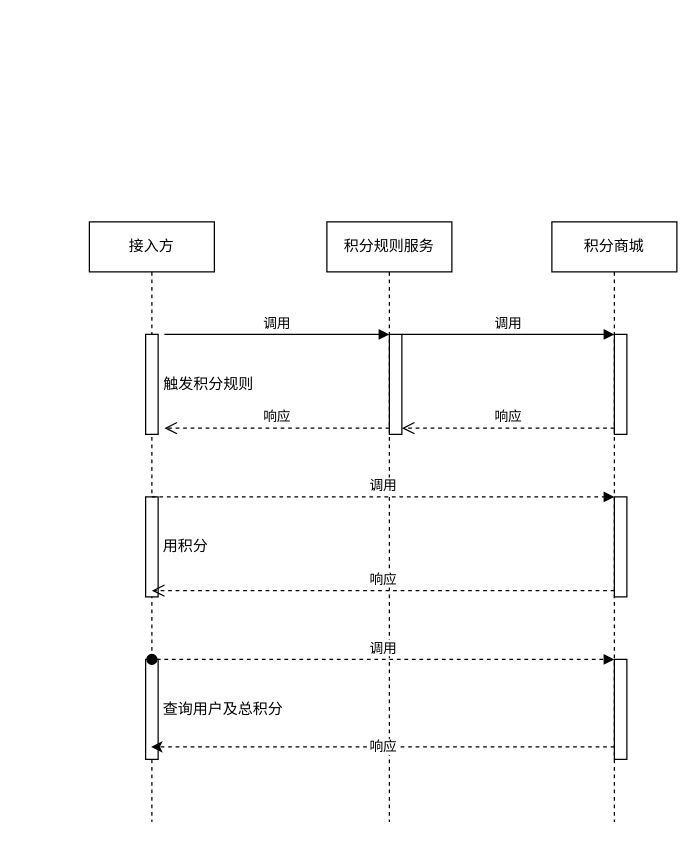
Above: 积分商城架构图.drawio in ammengke/my-drawio (draw.io), before the change. Source tidied: cells renumbered, new cells numbered last; positions are measured from the earlier drawing's top-left corner, leaving out a move shared by most shapes. Both pictures are drawn from the tidied source at 125%, with x=0, y=0 at pixel (89, 221).
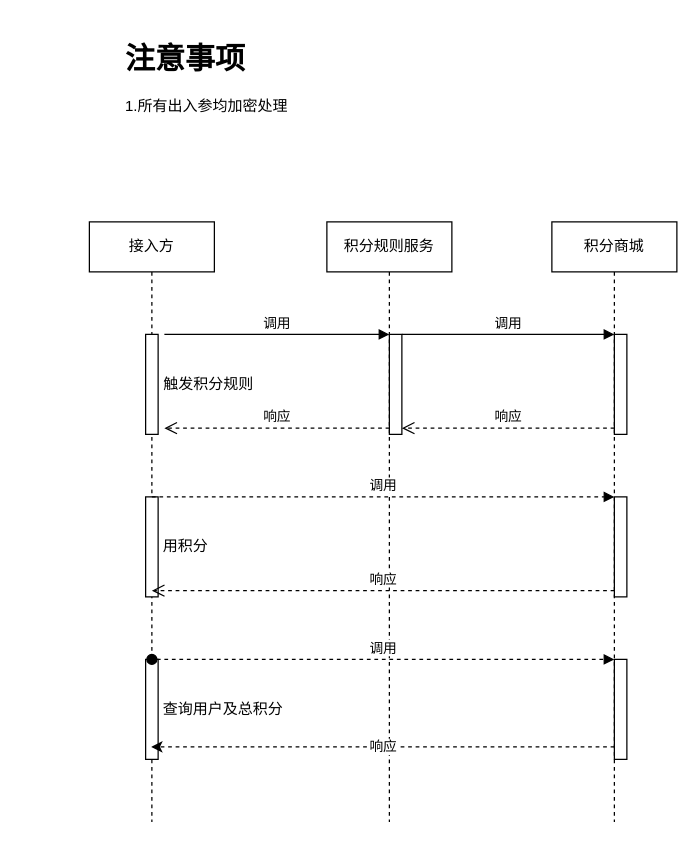
The same diagram, later.

Commit message (it also covers changes not shown here):
更新积分商城架构图.drawio

The edit, as a diff of the source:
```diff
@@
+    <mxCell id="20" value="&lt;h1&gt;注意事项&lt;/h1&gt;&lt;p&gt;1.所有出入参均加密处理&lt;/p&gt;&lt;p&gt;&lt;br&gt;&lt;/p&gt;" style="text;html=1;strokeColor=none;fillColor=none;spacing=5;spacingTop=-20;whiteSpace=wrap;overflow=hidden;rounded=0;" parent="1" vertex="1">
+      <mxGeometry x="24" y="-150" width="190" height="120" as="geometry" />
+    </mxCell>
```
